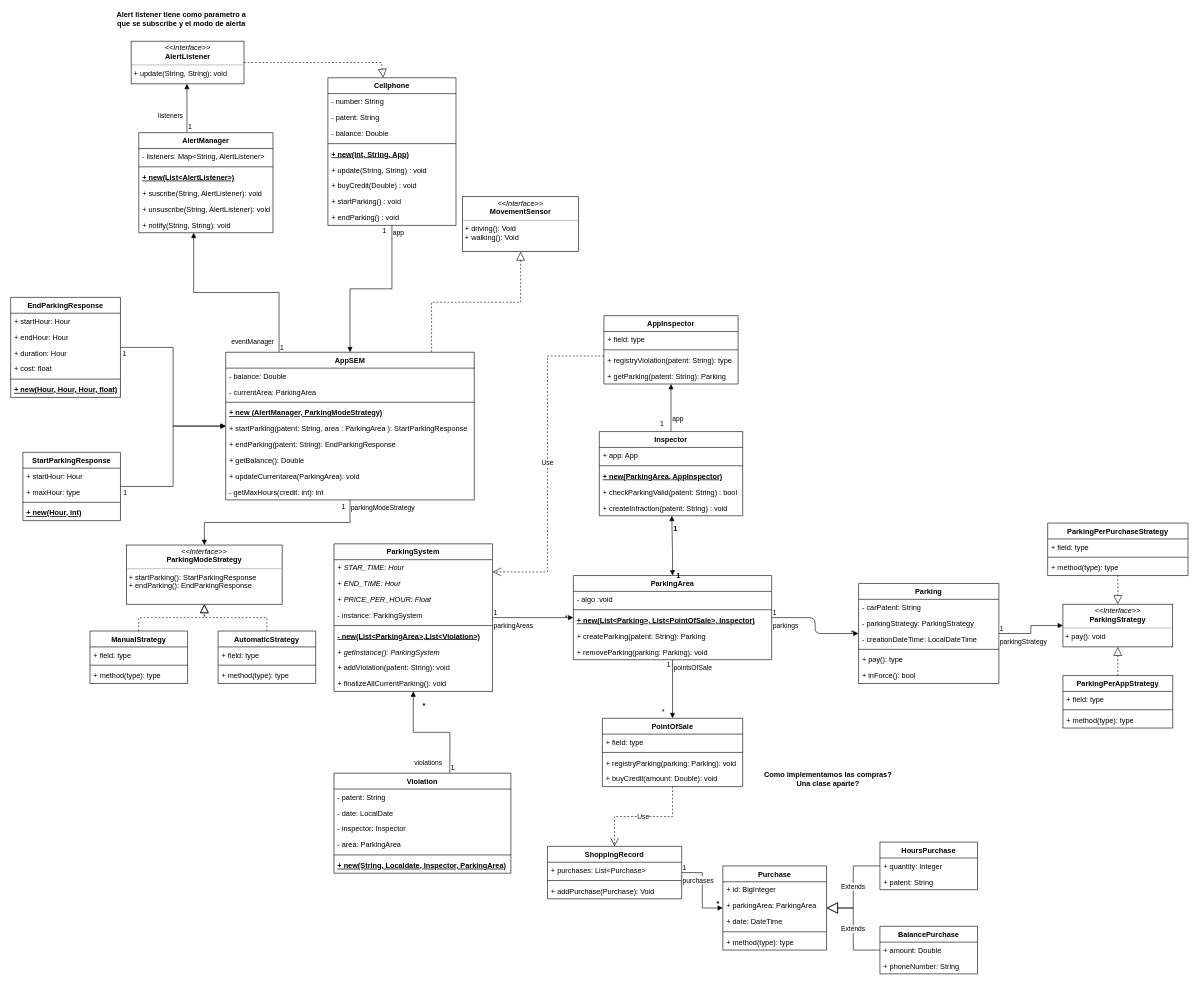
This is tp-final.drawio from ramirez7358/tp-final-obj-2, a draw.io file, before an edit. Source tidied: cells renumbered, new cells numbered last; positions are measured from the earlier drawing's top-left corner, leaving out a move shared by most shapes. Both pictures are drawn from the tidied source at 61%, with x=0, y=0 at pixel (10, 10).
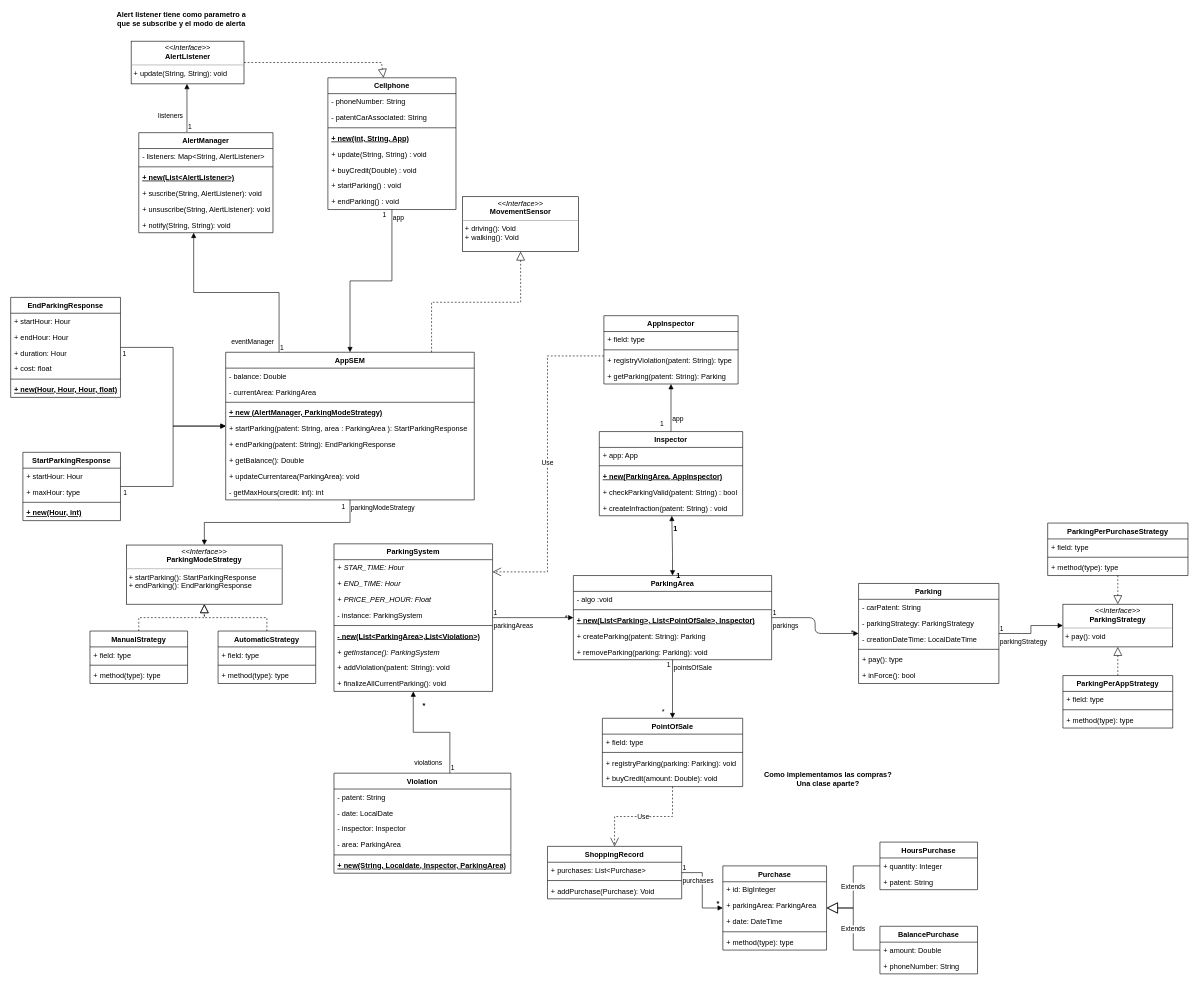
The same diagram, later.

The edit, as a diff of the source:
```diff
@@
     <mxCell id="90" value="Cellphone" style="swimlane;fontStyle=1;align=center;verticalAlign=top;horizontal=1;startSize=26;" parent="1" vertex="1">
-      <mxGeometry x="520" y="110" width="210" height="242" as="geometry" />
+      <mxGeometry x="520" y="110" width="210" height="216" as="geometry" />
     </mxCell>
-    <mxCell id="91" value="- number: String" style="text;strokeColor=none;fillColor=none;align=left;verticalAlign=top;spacingLeft=4;spacingRight=4;overflow=hidden;" parent="90" vertex="1">
+    <mxCell id="91" value="- phoneNumber: String" style="text;strokeColor=none;fillColor=none;align=left;verticalAlign=top;spacingLeft=4;spacingRight=4;overflow=hidden;" parent="90" vertex="1">
       <mxGeometry y="26" width="210" height="26" as="geometry" />
     </mxCell>
-    <mxCell id="92" value="- patent: String" style="text;strokeColor=none;fillColor=none;align=left;verticalAlign=top;spacingLeft=4;spacingRight=4;overflow=hidden;" parent="90" vertex="1">
+    <mxCell id="92" value="- patentCarAssociated: String" style="text;strokeColor=none;fillColor=none;align=left;verticalAlign=top;spacingLeft=4;spacingRight=4;overflow=hidden;" parent="90" vertex="1">
       <mxGeometry y="52" width="210" height="26" as="geometry" />
     </mxCell>
-    <mxCell id="93" value="- balance: Double" style="text;strokeColor=none;fillColor=none;align=left;verticalAlign=top;spacingLeft=4;spacingRight=4;overflow=hidden;" parent="90" vertex="1">
-      <mxGeometry y="78" width="210" height="26" as="geometry" />
-    </mxCell>
     <mxCell id="94" style="line;strokeWidth=1;fillColor=none;align=left;verticalAlign=middle;spacingTop=-1;spacingLeft=3;spacingRight=3;labelPosition=right;" parent="90" vertex="1">
-      <mxGeometry y="104" width="210" height="8" as="geometry" />
+      <mxGeometry y="78" width="210" height="8" as="geometry" />
     </mxCell>
     <mxCell id="95" value="+ new(int, String, App)" style="text;strokeColor=none;fillColor=none;align=left;verticalAlign=top;spacingLeft=4;spacingRight=4;overflow=hidden;fontStyle=5;" parent="90" vertex="1">
-      <mxGeometry y="112" width="210" height="26" as="geometry" />
+      <mxGeometry y="86" width="210" height="26" as="geometry" />
     </mxCell>
     <mxCell id="96" value="+ update(String, String) : void" style="text;strokeColor=none;fillColor=none;align=left;verticalAlign=top;spacingLeft=4;spacingRight=4;overflow=hidden;fontStyle=0;" parent="90" vertex="1">
-      <mxGeometry y="138" width="210" height="26" as="geometry" />
+      <mxGeometry y="112" width="210" height="26" as="geometry" />
     </mxCell>
     <mxCell id="97" value="+ buyCredit(Double) : void" style="text;strokeColor=none;fillColor=none;align=left;verticalAlign=top;spacingLeft=4;spacingRight=4;overflow=hidden;fontStyle=0;" parent="90" vertex="1">
-      <mxGeometry y="164" width="210" height="26" as="geometry" />
+      <mxGeometry y="138" width="210" height="26" as="geometry" />
     </mxCell>
     <mxCell id="98" value="+ startParking() : void" style="text;strokeColor=none;fillColor=none;align=left;verticalAlign=top;spacingLeft=4;spacingRight=4;overflow=hidden;fontStyle=0;" parent="90" vertex="1">
-      <mxGeometry y="190" width="210" height="26" as="geometry" />
+      <mxGeometry y="164" width="210" height="26" as="geometry" />
     </mxCell>
     <mxCell id="99" value="+ endParking() : void" style="text;strokeColor=none;fillColor=none;align=left;verticalAlign=top;spacingLeft=4;spacingRight=4;overflow=hidden;fontStyle=0;" parent="90" vertex="1">
-      <mxGeometry y="216" width="210" height="26" as="geometry" />
+      <mxGeometry y="190" width="210" height="26" as="geometry" />
     </mxCell>
```
